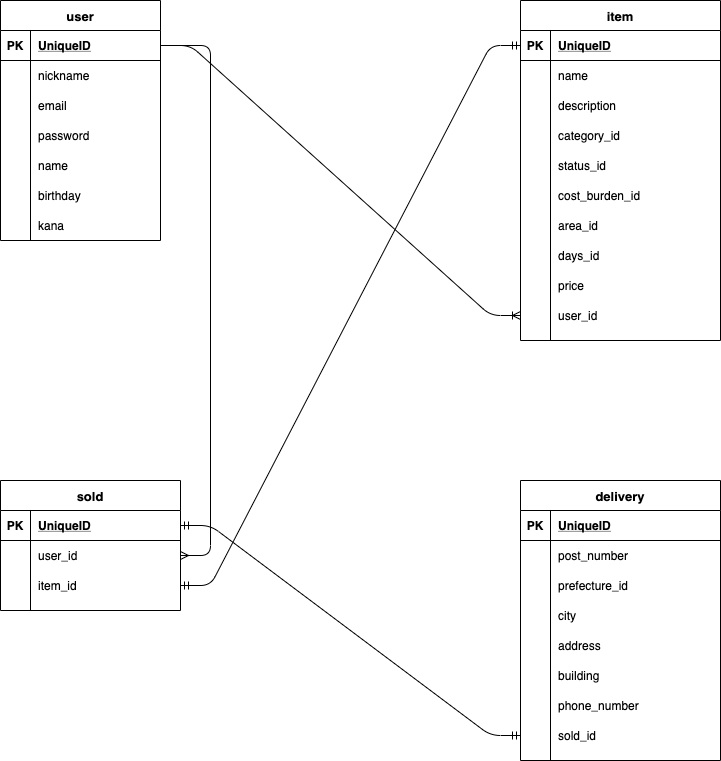
itatsu-works/furima-31138 keeps this draw.io diagram as teble.drawio.png. Above is the earlier version. Source tidied: cells renumbered, new cells last; positions are measured from the earlier drawing's top-left corner, leaving out a move shared by most shapes.
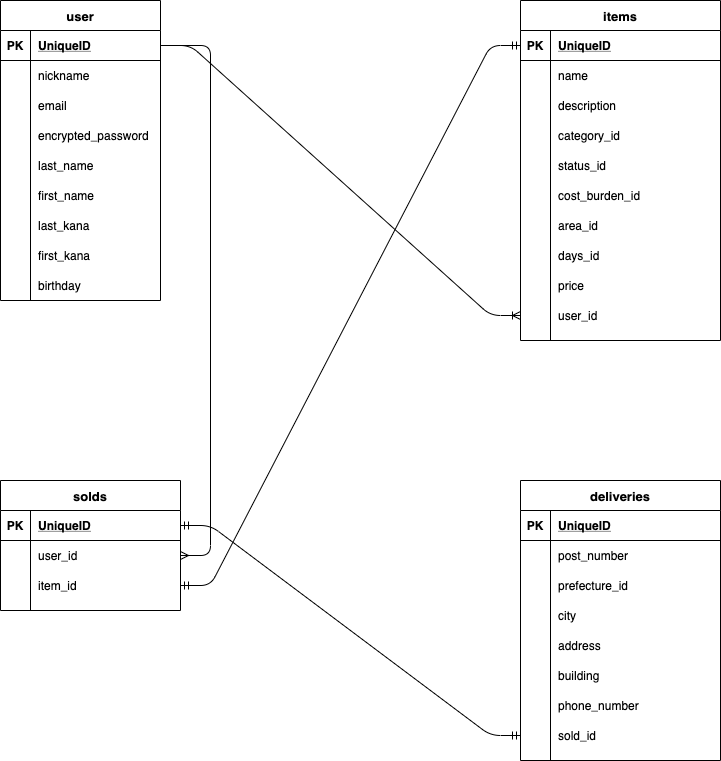
After the commit.

Commit message:
性名分割・カラム名・テーブル名変更

What changed in the source:
```diff
@@ -10,7 +10,7 @@
         </Array>
       </mxGeometry>
     </mxCell>
-    <mxCell id="3" value="item" style="shape=table;startSize=30;rowLines=0;fontStyle=1;align=center;fontSize=13;" parent="1" vertex="1">
+    <mxCell id="3" value="items" style="shape=table;startSize=30;rowLines=0;fontStyle=1;align=center;fontSize=13;" parent="1" vertex="1">
       <mxGeometry x="520" width="200" height="340" as="geometry" />
     </mxCell>
     <mxCell id="4" style="shape=partialRectangle;fillColor=none;top=0;left=0;bottom=1;right=0;points=[[0,0.5],[1,0.5]];portConstraint=eastwest;" parent="3" vertex="1">
@@ -104,7 +104,7 @@
       <mxGeometry x="30" width="170" height="30" as="geometry" />
     </mxCell>
     <mxCell id="34" value="user" style="shape=table;startSize=30;rowLines=0;fontStyle=1;align=center;fontSize=13;" parent="1" vertex="1">
-      <mxGeometry width="160" height="240" as="geometry" />
+      <mxGeometry width="160" height="300" as="geometry" />
     </mxCell>
     <mxCell id="35" style="shape=partialRectangle;fillColor=none;top=0;left=0;bottom=1;right=0;points=[[0,0.5],[1,0.5]];portConstraint=eastwest;" parent="34" vertex="1">
       <mxGeometry y="30" width="160" height="30" as="geometry" />
@@ -139,7 +139,7 @@
     <mxCell id="45" style="shape=partialRectangle;fillColor=none;top=0;left=0;bottom=0;right=0;overflow=hidden;" parent="44" vertex="1">
       <mxGeometry width="30" height="30" as="geometry" />
     </mxCell>
-    <mxCell id="46" value="password" style="shape=partialRectangle;fillColor=none;top=0;left=0;bottom=0;right=0;align=left;spacingLeft=6;overflow=hidden;" parent="44" vertex="1">
+    <mxCell id="46" value="encrypted_password" style="shape=partialRectangle;fillColor=none;top=0;left=0;bottom=0;right=0;align=left;spacingLeft=6;overflow=hidden;" parent="44" vertex="1">
       <mxGeometry x="30" width="130" height="30" as="geometry" />
     </mxCell>
     <mxCell id="47" style="shape=partialRectangle;fillColor=none;top=0;left=0;bottom=0;right=0;" parent="34" vertex="1">
@@ -148,11 +148,38 @@
     <mxCell id="48" style="shape=partialRectangle;fillColor=none;top=0;left=0;bottom=0;right=0;overflow=hidden;" parent="47" vertex="1">
       <mxGeometry width="30" height="30" as="geometry" />
     </mxCell>
-    <mxCell id="49" value="name" style="shape=partialRectangle;fillColor=none;top=0;left=0;bottom=0;right=0;align=left;spacingLeft=6;overflow=hidden;" parent="47" vertex="1">
+    <mxCell id="49" value="last_name" style="shape=partialRectangle;fillColor=none;top=0;left=0;bottom=0;right=0;align=left;spacingLeft=6;overflow=hidden;" parent="47" vertex="1">
       <mxGeometry x="30" width="130" height="30" as="geometry" />
     </mxCell>
+    <mxCell id="95" style="shape=partialRectangle;fillColor=none;top=0;left=0;bottom=0;right=0;" parent="34" vertex="1">
+      <mxGeometry y="180" width="160" height="30" as="geometry" />
+    </mxCell>
+    <mxCell id="96" style="shape=partialRectangle;fillColor=none;top=0;left=0;bottom=0;right=0;overflow=hidden;" parent="95" vertex="1">
+      <mxGeometry width="30" height="30" as="geometry" />
+    </mxCell>
+    <mxCell id="97" value="first_name" style="shape=partialRectangle;fillColor=none;top=0;left=0;bottom=0;right=0;align=left;spacingLeft=6;overflow=hidden;" parent="95" vertex="1">
+      <mxGeometry x="30" width="130" height="30" as="geometry" />
+    </mxCell>
+    <mxCell id="53" style="shape=partialRectangle;fillColor=none;top=0;left=0;bottom=0;right=0;" parent="34" vertex="1">
+      <mxGeometry y="210" width="160" height="30" as="geometry" />
+    </mxCell>
+    <mxCell id="54" style="shape=partialRectangle;fillColor=none;top=0;left=0;bottom=0;right=0;overflow=hidden;" parent="53" vertex="1">
+      <mxGeometry width="30" height="30" as="geometry" />
+    </mxCell>
+    <mxCell id="55" value="last_kana" style="shape=partialRectangle;fillColor=none;top=0;left=0;bottom=0;right=0;align=left;spacingLeft=6;overflow=hidden;" parent="53" vertex="1">
+      <mxGeometry x="30" width="130" height="30" as="geometry" />
+    </mxCell>
+    <mxCell id="98" style="shape=partialRectangle;fillColor=none;top=0;left=0;bottom=0;right=0;" parent="34" vertex="1">
+      <mxGeometry y="240" width="160" height="30" as="geometry" />
+    </mxCell>
+    <mxCell id="99" style="shape=partialRectangle;fillColor=none;top=0;left=0;bottom=0;right=0;overflow=hidden;" parent="98" vertex="1">
+      <mxGeometry width="30" height="30" as="geometry" />
+    </mxCell>
+    <mxCell id="100" value="first_kana" style="shape=partialRectangle;fillColor=none;top=0;left=0;bottom=0;right=0;align=left;spacingLeft=6;overflow=hidden;" parent="98" vertex="1">
+      <mxGeometry x="30" width="130" height="30" as="geometry" />
+    </mxCell>
     <mxCell id="50" style="shape=partialRectangle;fillColor=none;top=0;left=0;bottom=0;right=0;" parent="34" vertex="1">
-      <mxGeometry y="180" width="160" height="30" as="geometry" />
+      <mxGeometry y="270" width="160" height="30" as="geometry" />
     </mxCell>
     <mxCell id="51" style="shape=partialRectangle;fillColor=none;top=0;left=0;bottom=0;right=0;overflow=hidden;" parent="50" vertex="1">
       <mxGeometry width="30" height="30" as="geometry" />
@@ -160,16 +187,7 @@
     <mxCell id="52" value="birthday" style="shape=partialRectangle;fillColor=none;top=0;left=0;bottom=0;right=0;align=left;spacingLeft=6;overflow=hidden;" parent="50" vertex="1">
       <mxGeometry x="30" width="130" height="30" as="geometry" />
     </mxCell>
-    <mxCell id="53" style="shape=partialRectangle;fillColor=none;top=0;left=0;bottom=0;right=0;" parent="34" vertex="1">
-      <mxGeometry y="210" width="160" height="30" as="geometry" />
-    </mxCell>
-    <mxCell id="54" style="shape=partialRectangle;fillColor=none;top=0;left=0;bottom=0;right=0;overflow=hidden;" parent="53" vertex="1">
-      <mxGeometry width="30" height="30" as="geometry" />
-    </mxCell>
-    <mxCell id="55" value="kana" style="shape=partialRectangle;fillColor=none;top=0;left=0;bottom=0;right=0;align=left;spacingLeft=6;overflow=hidden;" parent="53" vertex="1">
-      <mxGeometry x="30" width="130" height="30" as="geometry" />
-    </mxCell>
-    <mxCell id="56" value="sold" style="shape=table;startSize=30;rowLines=0;fontStyle=1;align=center;fontSize=13;" parent="1" vertex="1">
+    <mxCell id="56" value="solds" style="shape=table;startSize=30;rowLines=0;fontStyle=1;align=center;fontSize=13;" parent="1" vertex="1">
       <mxGeometry y="480" width="180" height="130" as="geometry" />
     </mxCell>
     <mxCell id="57" style="shape=partialRectangle;fillColor=none;top=0;left=0;bottom=1;right=0;points=[[0,0.5],[1,0.5]];portConstraint=eastwest;" parent="56" vertex="1">
@@ -199,7 +217,7 @@
     <mxCell id="65" value="item_id" style="shape=partialRectangle;fillColor=none;top=0;left=0;bottom=0;right=0;align=left;spacingLeft=6;overflow=hidden;" parent="63" vertex="1">
       <mxGeometry x="30" width="150" height="30" as="geometry" />
     </mxCell>
-    <mxCell id="66" value="delivery" style="shape=table;startSize=30;rowLines=0;fontStyle=1;align=center;fontSize=13;" parent="1" vertex="1">
+    <mxCell id="66" value="deliveries" style="shape=table;startSize=30;rowLines=0;fontStyle=1;align=center;fontSize=13;" parent="1" vertex="1">
       <mxGeometry x="520" y="480" width="200" height="280" as="geometry" />
     </mxCell>
     <mxCell id="67" style="shape=partialRectangle;fillColor=none;top=0;left=0;bottom=1;right=0;" parent="66" vertex="1">
```
